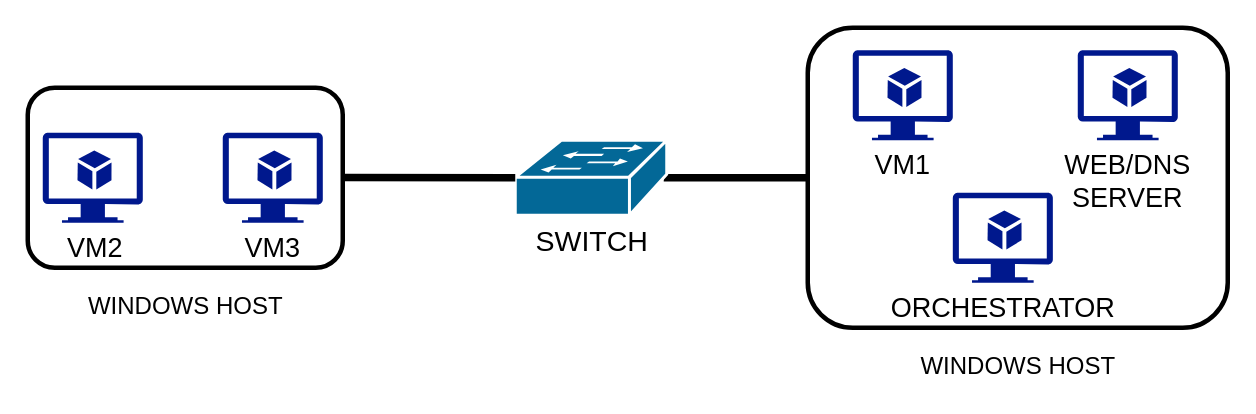
Before: assets/Topology.drawio in danluke2/software_defined_customization, a draw.io diagram. Source tidied: cells renumbered, new cells numbered last; positions are measured from the earlier drawing's top-left corner, leaving out a move shared by most shapes. Both pictures are drawn from the tidied source at 150%, with x=0, y=0 at pixel (27, 27).
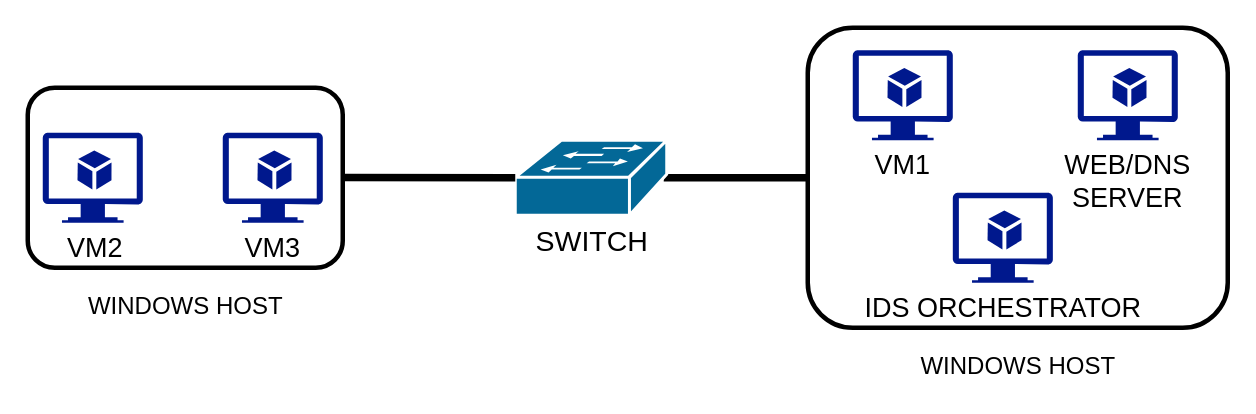
Above is the later version.

What changed in the source:
```diff
@@
 <mxGraphModel>
   <root>
     <mxCell id="0" />
     <mxCell id="1" parent="0" />
     <mxCell id="2" style="rounded=1;whiteSpace=wrap;html=1;fillColor=none;strokeWidth=3;" parent="1" vertex="1">
       <mxGeometry x="520" width="280" height="200" as="geometry" />
     </mxCell>
     <mxCell id="3" style="endArrow=none;html=1;rounded=0;exitX=0.98;exitY=0.5;exitDx=0;exitDy=0;entryX=0;entryY=0.5;entryDx=0;entryDy=0;targetPerimeterSpacing=0;strokeWidth=5;exitPerimeter=0;" parent="1" edge="1" source="4" target="2">
       <mxGeometry relative="1" as="geometry" />
     </mxCell>
     <mxCell id="4" value="&lt;font style=&quot;font-size: 19px;&quot;&gt;SWITCH&lt;/font&gt;" style="shape=mxgraph.cisco.switches.workgroup_switch;sketch=0;html=1;dashed=0;fillColor=#036897;strokeColor=#ffffff;strokeWidth=2;verticalLabelPosition=bottom;verticalAlign=top;align=center;outlineConnect=0;" parent="1" vertex="1">
       <mxGeometry x="325" y="75" width="101" height="50" as="geometry" />
     </mxCell>
-    <mxCell id="5" value="&lt;font style=&quot;font-size: 18px;&quot;&gt;ORCHESTRATOR&lt;/font&gt;" style="sketch=0;shadow=0;dashed=0;html=1;strokeColor=none;labelPosition=center;verticalLabelPosition=bottom;verticalAlign=top;align=center;fillColor=#00188D;shape=mxgraph.azure.virtual_machine_feature;" parent="1" vertex="1">
+    <mxCell id="5" value="&lt;font style=&quot;font-size: 18px;&quot;&gt;IDS ORCHESTRATOR&lt;/font&gt;" style="sketch=0;shadow=0;dashed=0;html=1;strokeColor=none;labelPosition=center;verticalLabelPosition=bottom;verticalAlign=top;align=center;fillColor=#00188D;shape=mxgraph.azure.virtual_machine_feature;" parent="1" vertex="1">
       <mxGeometry x="616.7" y="110" width="66.7" height="60" as="geometry" />
     </mxCell>
     <mxCell id="6" value="&lt;font style=&quot;font-size: 18px;&quot;&gt;VM1&lt;/font&gt;" style="sketch=0;shadow=0;dashed=0;html=1;strokeColor=none;labelPosition=center;verticalLabelPosition=bottom;verticalAlign=top;align=center;fillColor=#00188D;shape=mxgraph.azure.virtual_machine_feature;" parent="1" vertex="1">
       <mxGeometry x="550" y="15" width="66.7" height="60" as="geometry" />
     </mxCell>
     <mxCell id="7" style="endArrow=none;html=1;rounded=0;exitX=1;exitY=0.5;exitDx=0;exitDy=0;targetPerimeterSpacing=0;strokeWidth=5;" parent="1" edge="1" target="4">
       <mxGeometry relative="1" as="geometry">
         <mxPoint x="210" y="99.8" as="sourcePoint" />
       </mxGeometry>
     </mxCell>
     <mxCell id="8" value="&amp;nbsp;&lt;font style=&quot;font-size: 18px;&quot;&gt;VM2&lt;/font&gt;" style="sketch=0;shadow=0;dashed=0;html=1;strokeColor=none;labelPosition=center;verticalLabelPosition=bottom;verticalAlign=top;align=center;fillColor=#00188D;shape=mxgraph.azure.virtual_machine_feature;" parent="1" vertex="1">
       <mxGeometry x="10" y="70" width="66.7" height="60" as="geometry" />
     </mxCell>
     <mxCell id="9" value="&lt;font style=&quot;font-size: 18px;&quot;&gt;VM3&lt;/font&gt;" style="sketch=0;shadow=0;dashed=0;html=1;strokeColor=none;labelPosition=center;verticalLabelPosition=bottom;verticalAlign=top;align=center;fillColor=#00188D;shape=mxgraph.azure.virtual_machine_feature;" parent="1" vertex="1">
       <mxGeometry x="130" y="70" width="66.7" height="60" as="geometry" />
     </mxCell>
     <mxCell id="10" value="&lt;font style=&quot;font-size: 18px;&quot;&gt;WEB/DNS&lt;/font&gt;&lt;div&gt;&lt;font style=&quot;font-size: 18px;&quot;&gt;SERVER&lt;/font&gt;&lt;/div&gt;" style="sketch=0;shadow=0;dashed=0;html=1;strokeColor=none;labelPosition=center;verticalLabelPosition=bottom;verticalAlign=top;align=center;fillColor=#00188D;shape=mxgraph.azure.virtual_machine_feature;" parent="1" vertex="1">
       <mxGeometry x="700" y="15" width="66.7" height="60" as="geometry" />
     </mxCell>
     <mxCell id="11" style="rounded=1;whiteSpace=wrap;html=1;fillColor=none;strokeWidth=3;" parent="1" vertex="1">
       <mxGeometry y="40" width="210" height="120" as="geometry" />
     </mxCell>
     <mxCell id="12" value="&lt;font style=&quot;font-size: 16px;&quot;&gt;WINDOWS HOST&lt;/font&gt;" style="text;html=1;align=center;verticalAlign=middle;strokeColor=none;fillColor=none;" parent="1" vertex="1">
       <mxGeometry x="30" y="170" width="150" height="30" as="geometry" />
     </mxCell>
     <mxCell id="13" value="&lt;font style=&quot;font-size: 16px;&quot;&gt;WINDOWS HOST&lt;/font&gt;" style="text;html=1;align=center;verticalAlign=middle;strokeColor=none;fillColor=none;" parent="1" vertex="1">
       <mxGeometry x="585" y="210" width="150" height="30" as="geometry" />
     </mxCell>
   </root>
 </mxGraphModel>
```
